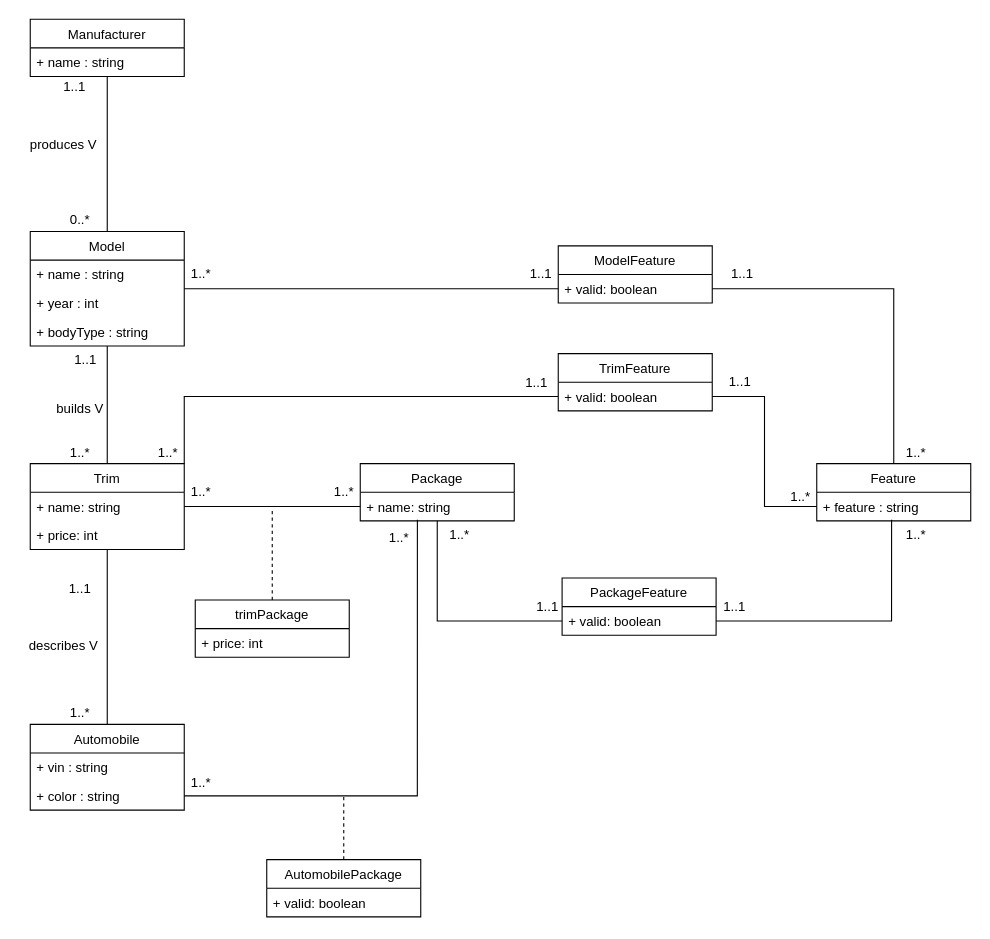
The draw.io diagram page "UML" (1 of 2) of Project 2.drawio in AnthraciteData/CECS-323-, before the edit. Source tidied: cells renumbered, new cells numbered last; positions are measured from the earlier drawing's top-left corner, leaving out a move shared by most shapes. Both pictures are drawn from the tidied source at 110%, with x=0, y=0 at pixel (19, 19).
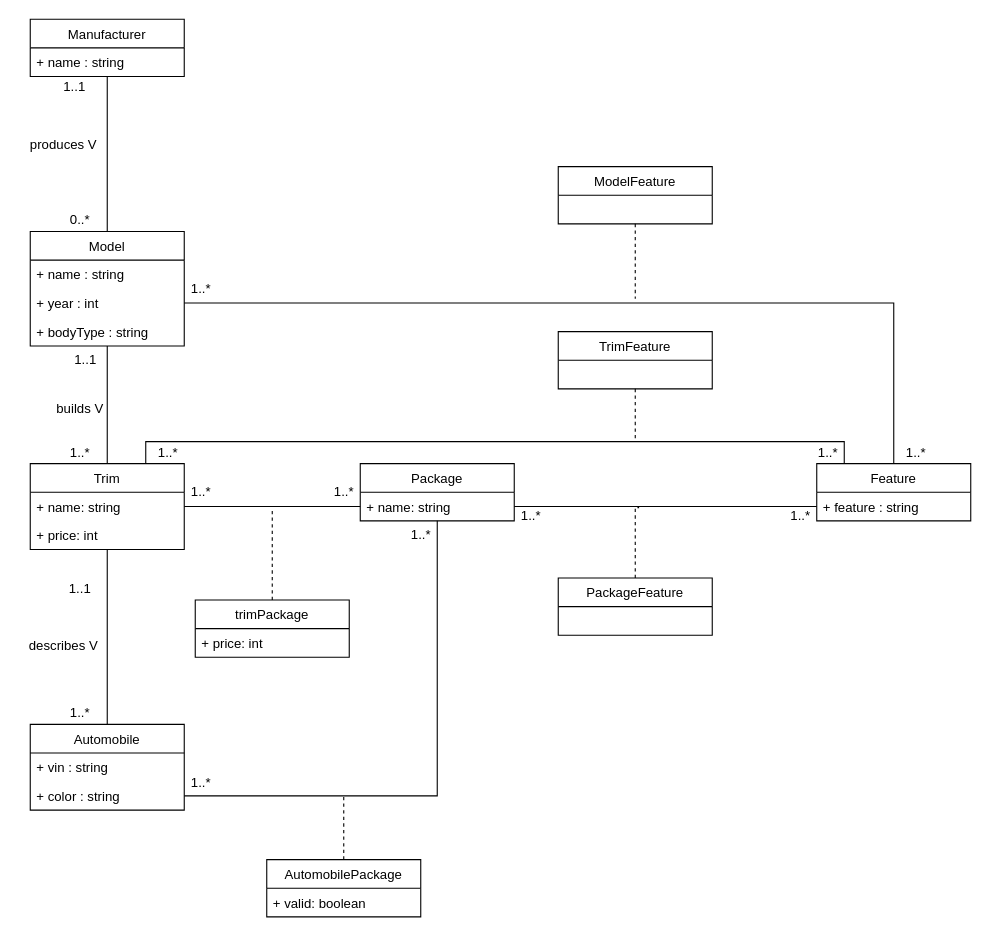
Above is the later version.

Unchanged cells that the change refers to:
```xml
<mxCell id="4" value="+ color : string" style="text;strokeColor=none;fillColor=none;align=left;verticalAlign=top;spacingLeft=4;spacingRight=4;overflow=hidden;points=[[0,0.5],[1,0.5]];portConstraint=eastwest;" parent="2" vertex="1">
  <mxGeometry y="52" width="140" height="26" as="geometry" />
</mxCell>
<mxCell id="12" value="Model" style="swimlane;fontStyle=0;horizontal=1;startSize=26;fillColor=none;" parent="1" vertex="1">
  <mxGeometry x="10" y="193" width="140" height="104" as="geometry" />
</mxCell>
<mxCell id="14" value="+ year : int" style="text;strokeColor=none;fillColor=none;align=left;verticalAlign=top;spacingLeft=4;spacingRight=4;overflow=hidden;points=[[0,0.5],[1,0.5]];portConstraint=eastwest;" parent="12" vertex="1">
  <mxGeometry y="52" width="140" height="26" as="geometry" />
</mxCell>
<mxCell id="19" value="Trim" style="swimlane;fontStyle=0;horizontal=1;startSize=26;fillColor=none;" parent="1" vertex="1">
  <mxGeometry x="10" y="404" width="140" height="78" as="geometry" />
</mxCell>
<mxCell id="22" value="Feature" style="swimlane;fontStyle=0;horizontal=1;startSize=26;fillColor=none;" parent="1" vertex="1">
  <mxGeometry x="725" y="404" width="140" height="52" as="geometry" />
</mxCell>
<mxCell id="23" value="+ feature : string" style="text;strokeColor=none;fillColor=none;align=left;verticalAlign=top;spacingLeft=4;spacingRight=4;overflow=hidden;points=[[0,0.5],[1,0.5]];portConstraint=eastwest;" parent="22" vertex="1">
  <mxGeometry y="26" width="140" height="26" as="geometry" />
</mxCell>
<mxCell id="25" value="Package" style="swimlane;fontStyle=0;horizontal=1;startSize=26;fillColor=none;" parent="1" vertex="1">
  <mxGeometry x="310" y="404" width="140" height="52" as="geometry" />
</mxCell>
<mxCell id="26" value="+ name: string" style="text;strokeColor=none;fillColor=none;align=left;verticalAlign=top;spacingLeft=4;spacingRight=4;overflow=hidden;points=[[0,0.5],[1,0.5]];portConstraint=eastwest;" parent="25" vertex="1">
  <mxGeometry y="26" width="140" height="26" as="geometry" />
</mxCell>
<mxCell id="58" value="AutomobilePackage" style="swimlane;fontStyle=0;horizontal=1;startSize=26;fillColor=none;" parent="1" vertex="1">
  <mxGeometry x="225" y="764" width="140" height="52" as="geometry" />
</mxCell>
```

What changed in the source:
```diff
@@
-    <mxCell id="11" style="edgeStyle=orthogonalEdgeStyle;rounded=0;jettySize=auto;html=1;endArrow=none;endFill=0;" parent="1" edge="1" source="12" target="38">
-      <mxGeometry relative="1" as="geometry" />
-    </mxCell>
@@
+    <mxCell id="66" style="edgeStyle=orthogonalEdgeStyle;rounded=0;jettySize=auto;html=1;entryX=0.75;entryY=0;entryDx=0;entryDy=0;endArrow=none;endFill=0;" parent="1" edge="1" source="22" target="19">
+      <mxGeometry relative="1" as="geometry">
+        <Array as="points">
+          <mxPoint x="750" y="384" />
+          <mxPoint x="115" y="384" />
+        </Array>
+      </mxGeometry>
+    </mxCell>
@@
-    <mxCell id="24" style="edgeStyle=orthogonalEdgeStyle;rounded=0;jettySize=auto;html=1;endArrow=none;endFill=0;" parent="1" edge="1" source="25" target="40">
-      <mxGeometry relative="1" as="geometry" />
-    </mxCell>
+    <mxCell id="67" style="edgeStyle=orthogonalEdgeStyle;rounded=0;jettySize=auto;html=1;entryX=1;entryY=0.5;entryDx=0;entryDy=0;endArrow=none;endFill=0;" parent="1" edge="1" source="25" target="4">
+      <mxGeometry relative="1" as="geometry" />
+    </mxCell>
@@
+    <mxCell id="68" style="edgeStyle=orthogonalEdgeStyle;rounded=0;jettySize=auto;html=1;endArrow=none;endFill=0;dashed=1;" parent="1" edge="1" source="37">
+      <mxGeometry relative="1" as="geometry">
+        <mxPoint x="560" y="254" as="targetPoint" />
+      </mxGeometry>
+    </mxCell>
     <mxCell id="37" value="ModelFeature" style="swimlane;fontStyle=0;horizontal=1;startSize=26;fillColor=none;" parent="1" vertex="1">
-      <mxGeometry x="490" y="206" width="140" height="52" as="geometry" />
+      <mxGeometry x="490" y="134" width="140" height="52" as="geometry" />
     </mxCell>
-    <mxCell id="38" value="+ valid: boolean" style="text;strokeColor=none;fillColor=none;align=left;verticalAlign=top;spacingLeft=4;spacingRight=4;overflow=hidden;points=[[0,0.5],[1,0.5]];portConstraint=eastwest;" parent="37" vertex="1">
+    <mxCell id="38" value=" " style="text;strokeColor=none;fillColor=none;align=left;verticalAlign=top;spacingLeft=4;spacingRight=4;overflow=hidden;points=[[0,0.5],[1,0.5]];portConstraint=eastwest;" parent="37" vertex="1">
       <mxGeometry y="26" width="140" height="26" as="geometry" />
     </mxCell>
+    <mxCell id="69" style="edgeStyle=orthogonalEdgeStyle;rounded=0;jettySize=auto;html=1;endArrow=none;endFill=0;dashed=1;" parent="1" edge="1" source="39">
+      <mxGeometry relative="1" as="geometry">
+        <mxPoint x="563.5" y="444" as="targetPoint" />
+        <Array as="points">
+          <mxPoint x="560" y="444" />
+        </Array>
+      </mxGeometry>
+    </mxCell>
     <mxCell id="39" value="PackageFeature" style="swimlane;fontStyle=0;horizontal=1;startSize=26;fillColor=none;" parent="1" vertex="1">
-      <mxGeometry x="493.5" y="508" width="140" height="52" as="geometry" />
+      <mxGeometry x="490" y="508" width="140" height="52" as="geometry" />
     </mxCell>
-    <mxCell id="40" value="+ valid: boolean" style="text;strokeColor=none;fillColor=none;align=left;verticalAlign=top;spacingLeft=4;spacingRight=4;overflow=hidden;points=[[0,0.5],[1,0.5]];portConstraint=eastwest;" parent="39" vertex="1">
+    <mxCell id="40" value=" " style="text;strokeColor=none;fillColor=none;align=left;verticalAlign=top;spacingLeft=4;spacingRight=4;overflow=hidden;points=[[0,0.5],[1,0.5]];portConstraint=eastwest;" parent="39" vertex="1">
       <mxGeometry y="26" width="140" height="26" as="geometry" />
     </mxCell>
+    <mxCell id="70" style="edgeStyle=orthogonalEdgeStyle;rounded=0;jettySize=auto;html=1;endArrow=none;endFill=0;dashed=1;" parent="1" edge="1" source="41">
+      <mxGeometry relative="1" as="geometry">
+        <mxPoint x="560" y="384" as="targetPoint" />
+      </mxGeometry>
+    </mxCell>
     <mxCell id="41" value="TrimFeature" style="swimlane;fontStyle=0;horizontal=1;startSize=26;fillColor=none;" parent="1" vertex="1">
-      <mxGeometry x="490" y="304" width="140" height="52" as="geometry" />
+      <mxGeometry x="490" y="284" width="140" height="52" as="geometry" />
     </mxCell>
-    <mxCell id="42" value="+ valid: boolean" style="text;strokeColor=none;fillColor=none;align=left;verticalAlign=top;spacingLeft=4;spacingRight=4;overflow=hidden;points=[[0,0.5],[1,0.5]];portConstraint=eastwest;" parent="41" vertex="1">
+    <mxCell id="42" value=" " style="text;strokeColor=none;fillColor=none;align=left;verticalAlign=top;spacingLeft=4;spacingRight=4;overflow=hidden;points=[[0,0.5],[1,0.5]];portConstraint=eastwest;" parent="41" vertex="1">
       <mxGeometry y="26" width="140" height="26" as="geometry" />
     </mxCell>
-    <mxCell id="43" style="edgeStyle=orthogonalEdgeStyle;rounded=0;jettySize=auto;html=1;entryX=0.5;entryY=0;entryDx=0;entryDy=0;endArrow=none;endFill=0;" parent="1" edge="1" source="38" target="22">
-      <mxGeometry relative="1" as="geometry" />
-    </mxCell>
     <mxCell id="44" value="1..*" style="text;html=1;align=center;verticalAlign=middle;strokeColor=none;fillColor=none;" parent="1" vertex="1">
-      <mxGeometry x="150" y="222" width="30" height="20" as="geometry" />
+      <mxGeometry x="150" y="235" width="30" height="20" as="geometry" />
     </mxCell>
-    <mxCell id="45" value="1..1" style="text;html=1;align=center;verticalAlign=middle;strokeColor=none;fillColor=none;" parent="1" vertex="1">
-      <mxGeometry x="453.5" y="222" width="40" height="20" as="geometry" />
-    </mxCell>
-    <mxCell id="46" value="1..1" style="text;html=1;align=center;verticalAlign=middle;strokeColor=none;fillColor=none;" parent="1" vertex="1">
-      <mxGeometry x="636.5" y="222" width="40" height="20" as="geometry" />
-    </mxCell>
     <mxCell id="47" value="1..*" style="text;html=1;align=center;verticalAlign=middle;strokeColor=none;fillColor=none;" parent="1" vertex="1">
-      <mxGeometry x="800" y="459" width="30" height="20" as="geometry" />
+      <mxGeometry x="695" y="442" width="30" height="20" as="geometry" />
     </mxCell>
     <mxCell id="48" value="1..*" style="text;html=1;align=center;verticalAlign=middle;strokeColor=none;fillColor=none;" parent="1" vertex="1">
-      <mxGeometry x="385" y="459" width="30" height="20" as="geometry" />
+      <mxGeometry x="450" y="442" width="30" height="20" as="geometry" />
     </mxCell>
@@
     <mxCell id="50" value="1..*" style="text;html=1;align=center;verticalAlign=middle;strokeColor=none;fillColor=none;" parent="1" vertex="1">
-      <mxGeometry x="695" y="424" width="30" height="20" as="geometry" />
+      <mxGeometry x="720" y="384" width="30" height="20" as="geometry" />
     </mxCell>
-    <mxCell id="51" value="1..1" style="text;html=1;align=center;verticalAlign=middle;strokeColor=none;fillColor=none;" parent="1" vertex="1">
-      <mxGeometry x="460" y="524" width="40" height="20" as="geometry" />
-    </mxCell>
-    <mxCell id="52" value="1..1" style="text;html=1;align=center;verticalAlign=middle;strokeColor=none;fillColor=none;" parent="1" vertex="1">
-      <mxGeometry x="630" y="524" width="40" height="20" as="geometry" />
-    </mxCell>
-    <mxCell id="53" value="1..1" style="text;html=1;align=center;verticalAlign=middle;strokeColor=none;fillColor=none;" parent="1" vertex="1">
-      <mxGeometry x="450" y="321" width="40" height="20" as="geometry" />
-    </mxCell>
-    <mxCell id="54" value="1..1" style="text;html=1;align=center;verticalAlign=middle;strokeColor=none;fillColor=none;" parent="1" vertex="1">
-      <mxGeometry x="635" y="320" width="40" height="20" as="geometry" />
-    </mxCell>
-    <mxCell id="55" style="edgeStyle=orthogonalEdgeStyle;rounded=0;jettySize=auto;html=1;entryX=1;entryY=0;entryDx=0;entryDy=0;endArrow=none;endFill=0;" parent="1" edge="1" source="42" target="19">
-      <mxGeometry relative="1" as="geometry" />
-    </mxCell>
-    <mxCell id="56" style="edgeStyle=orthogonalEdgeStyle;rounded=0;jettySize=auto;html=1;entryX=0;entryY=0.5;entryDx=0;entryDy=0;endArrow=none;endFill=0;" parent="1" edge="1" source="42" target="23">
-      <mxGeometry relative="1" as="geometry" />
-    </mxCell>
     <mxCell id="57" style="edgeStyle=orthogonalEdgeStyle;rounded=0;jettySize=auto;html=1;exitX=0.5;exitY=0;exitDx=0;exitDy=0;endArrow=none;endFill=0;dashed=1;" parent="1" edge="1" source="58">
       <mxGeometry relative="1" as="geometry">
         <mxPoint x="295" y="704" as="targetPoint" />
+        <Array as="points">
+          <mxPoint x="295" y="724" />
+          <mxPoint x="295" y="724" />
+        </Array>
       </mxGeometry>
     </mxCell>
@@
     <mxCell id="61" value="1..*" style="text;html=1;align=center;verticalAlign=middle;strokeColor=none;fillColor=none;" parent="1" vertex="1">
-      <mxGeometry x="330" y="462" width="30" height="20" as="geometry" />
+      <mxGeometry x="350" y="459" width="30" height="20" as="geometry" />
     </mxCell>
-    <mxCell id="62" style="edgeStyle=orthogonalEdgeStyle;rounded=0;jettySize=auto;html=1;entryX=0.486;entryY=0.962;entryDx=0;entryDy=0;entryPerimeter=0;endArrow=none;endFill=0;" parent="1" edge="1" source="40" target="23">
-      <mxGeometry relative="1" as="geometry" />
-    </mxCell>
@@
-    <mxCell id="65" style="edgeStyle=orthogonalEdgeStyle;rounded=0;jettySize=auto;html=1;exitX=1;exitY=0.5;exitDx=0;exitDy=0;entryX=0.371;entryY=0.962;entryDx=0;entryDy=0;entryPerimeter=0;endArrow=none;endFill=0;" parent="1" edge="1" source="4" target="26">
-      <mxGeometry relative="1" as="geometry" />
-    </mxCell>
+    <mxCell id="71" style="edgeStyle=orthogonalEdgeStyle;rounded=0;jettySize=auto;html=1;entryX=0.5;entryY=0;entryDx=0;entryDy=0;endArrow=none;endFill=0;" parent="1" edge="1" source="14" target="22">
+      <mxGeometry relative="1" as="geometry" />
+    </mxCell>
+    <mxCell id="72" style="edgeStyle=orthogonalEdgeStyle;rounded=0;jettySize=auto;html=1;entryX=0;entryY=0.5;entryDx=0;entryDy=0;endArrow=none;endFill=0;" parent="1" edge="1" source="26" target="23">
+      <mxGeometry relative="1" as="geometry" />
+    </mxCell>
```
